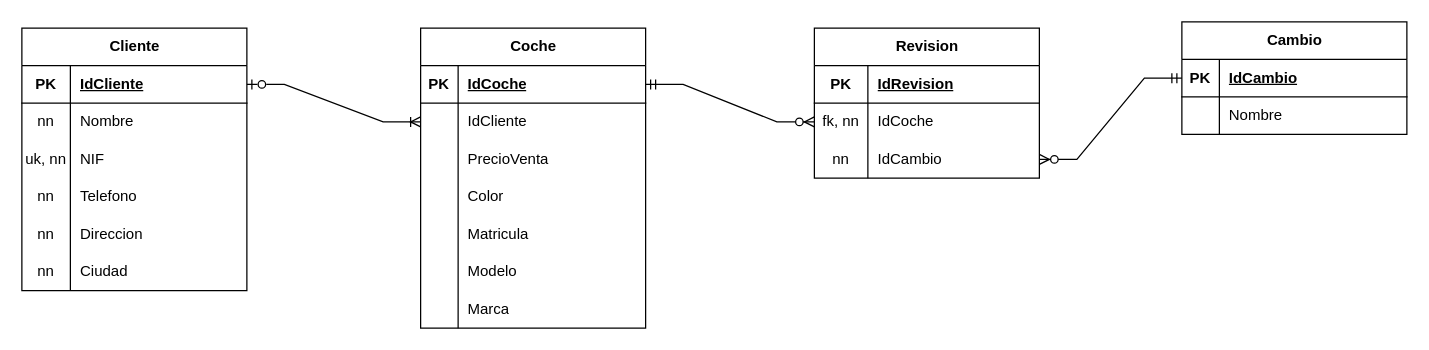
This is MecanicaDB.drawio from javier-varela/Diagramas, a draw.io file, before an edit. Source tidied: cells renumbered, new cells numbered last; positions are measured from the earlier drawing's top-left corner, leaving out a move shared by most shapes. Both pictures are drawn from the tidied source at 125%, with x=0, y=0 at pixel (21, 21).
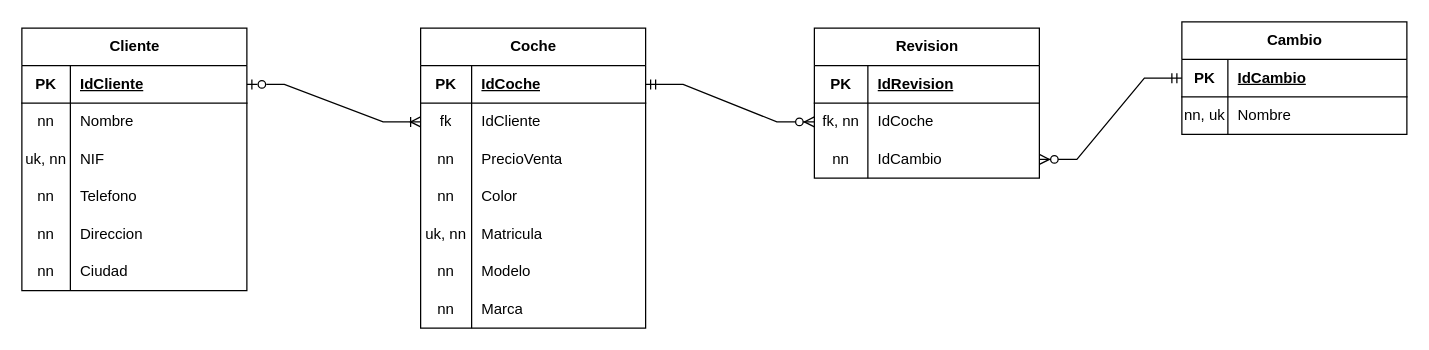
Above is the later version.

The change refers to these unchanged cells:
```xml
<mxCell id="3" style="shape=tableRow;horizontal=0;startSize=0;swimlaneHead=0;swimlaneBody=0;fillColor=none;points=[[0,0.5],[1,0.5]];portConstraint=eastwest;top=0;left=0;right=0;bottom=1;" parent="2" vertex="1">
  <mxGeometry y="30" width="180" height="30" as="geometry" />
</mxCell>
<mxCell id="6" style="shape=tableRow;horizontal=0;startSize=0;swimlaneHead=0;swimlaneBody=0;fillColor=none;points=[[0,0.5],[1,0.5]];portConstraint=eastwest;top=0;left=0;right=0;bottom=0;" parent="2" vertex="1">
  <mxGeometry y="60" width="180" height="30" as="geometry" />
</mxCell>
<mxCell id="9" style="shape=tableRow;horizontal=0;startSize=0;swimlaneHead=0;swimlaneBody=0;fillColor=none;top=0;left=0;right=0;bottom=0;" parent="2" vertex="1">
  <mxGeometry y="90" width="180" height="30" as="geometry" />
</mxCell>
<mxCell id="12" style="shape=tableRow;horizontal=0;startSize=0;swimlaneHead=0;swimlaneBody=0;fillColor=none;top=0;left=0;right=0;bottom=0;" parent="2" vertex="1">
  <mxGeometry y="120" width="180" height="30" as="geometry" />
</mxCell>
<mxCell id="15" style="shape=tableRow;horizontal=0;startSize=0;swimlaneHead=0;swimlaneBody=0;fillColor=none;top=0;left=0;right=0;bottom=0;" parent="2" vertex="1">
  <mxGeometry y="150" width="180" height="30" as="geometry" />
</mxCell>
<mxCell id="18" style="shape=tableRow;horizontal=0;startSize=0;swimlaneHead=0;swimlaneBody=0;fillColor=none;top=0;left=0;right=0;bottom=0;" parent="2" vertex="1">
  <mxGeometry y="180" width="180" height="30" as="geometry" />
</mxCell>
<mxCell id="21" style="shape=tableRow;horizontal=0;startSize=0;swimlaneHead=0;swimlaneBody=0;fillColor=none;top=0;left=0;right=0;bottom=0;" parent="2" vertex="1">
  <mxGeometry y="210" width="180" height="30" as="geometry" />
</mxCell>
<mxCell id="56" style="shape=tableRow;horizontal=0;startSize=0;swimlaneHead=0;swimlaneBody=0;fillColor=none;points=[[0,0.5],[1,0.5]];portConstraint=eastwest;top=0;left=0;right=0;bottom=1;" parent="55" vertex="1">
  <mxGeometry y="30" width="180" height="30" as="geometry" />
</mxCell>
<mxCell id="59" style="shape=tableRow;horizontal=0;startSize=0;swimlaneHead=0;swimlaneBody=0;fillColor=none;top=0;left=0;right=0;bottom=0;" parent="55" vertex="1">
  <mxGeometry y="60" width="180" height="30" as="geometry" />
</mxCell>
```

What changed in the source:
```diff
@@
     <mxCell id="4" value="PK" style="shape=partialRectangle;fillColor=none;top=0;left=0;bottom=0;right=0;fontStyle=1;overflow=hidden;whiteSpace=wrap;html=1;" parent="3" vertex="1">
-      <mxGeometry width="30" height="30" as="geometry" />
+      <mxGeometry width="40.8" height="30" as="geometry" />
     </mxCell>
     <mxCell id="5" value="IdCoche" style="shape=partialRectangle;fillColor=none;top=0;left=0;bottom=0;right=0;align=left;spacingLeft=6;fontStyle=5;overflow=hidden;whiteSpace=wrap;html=1;" parent="3" vertex="1">
-      <mxGeometry x="30" width="150" height="30" as="geometry" />
+      <mxGeometry x="40.8" width="139.2" height="30" as="geometry" />
     </mxCell>
@@
-    <mxCell id="7" style="shape=partialRectangle;fillColor=none;top=0;left=0;bottom=0;right=0;overflow=hidden;whiteSpace=wrap;html=1;" parent="6" vertex="1">
-      <mxGeometry width="30" height="30" as="geometry" />
+    <mxCell id="7" value="fk" style="shape=partialRectangle;fillColor=none;top=0;left=0;bottom=0;right=0;overflow=hidden;whiteSpace=wrap;html=1;" parent="6" vertex="1">
+      <mxGeometry width="40.8" height="30" as="geometry" />
     </mxCell>
     <mxCell id="8" value="IdCliente" style="shape=partialRectangle;fillColor=none;top=0;left=0;bottom=0;right=0;align=left;spacingLeft=6;overflow=hidden;whiteSpace=wrap;html=1;" parent="6" vertex="1">
-      <mxGeometry x="30" width="150" height="30" as="geometry" />
+      <mxGeometry x="40.8" width="139.2" height="30" as="geometry" />
     </mxCell>
@@
-    <mxCell id="10" style="shape=partialRectangle;fillColor=none;top=0;left=0;bottom=0;right=0;overflow=hidden;whiteSpace=wrap;html=1;" parent="9" vertex="1">
-      <mxGeometry width="30" height="30" as="geometry" />
+    <mxCell id="10" value="nn" style="shape=partialRectangle;fillColor=none;top=0;left=0;bottom=0;right=0;overflow=hidden;whiteSpace=wrap;html=1;" parent="9" vertex="1">
+      <mxGeometry width="40.8" height="30" as="geometry" />
     </mxCell>
     <mxCell id="11" value="PrecioVenta" style="shape=partialRectangle;fillColor=none;top=0;left=0;bottom=0;right=0;align=left;spacingLeft=6;overflow=hidden;whiteSpace=wrap;html=1;" parent="9" vertex="1">
-      <mxGeometry x="30" width="150" height="30" as="geometry" />
+      <mxGeometry x="40.8" width="139.2" height="30" as="geometry" />
     </mxCell>
@@
-    <mxCell id="13" style="shape=partialRectangle;fillColor=none;top=0;left=0;bottom=0;right=0;overflow=hidden;whiteSpace=wrap;html=1;" parent="12" vertex="1">
-      <mxGeometry width="30" height="30" as="geometry" />
+    <mxCell id="13" value="nn" style="shape=partialRectangle;fillColor=none;top=0;left=0;bottom=0;right=0;overflow=hidden;whiteSpace=wrap;html=1;" parent="12" vertex="1">
+      <mxGeometry width="40.8" height="30" as="geometry" />
     </mxCell>
     <mxCell id="14" value="Color" style="shape=partialRectangle;fillColor=none;top=0;left=0;bottom=0;right=0;align=left;spacingLeft=6;overflow=hidden;whiteSpace=wrap;html=1;" parent="12" vertex="1">
-      <mxGeometry x="30" width="150" height="30" as="geometry" />
+      <mxGeometry x="40.8" width="139.2" height="30" as="geometry" />
     </mxCell>
@@
-    <mxCell id="16" style="shape=partialRectangle;fillColor=none;top=0;left=0;bottom=0;right=0;overflow=hidden;whiteSpace=wrap;html=1;" parent="15" vertex="1">
-      <mxGeometry width="30" height="30" as="geometry" />
+    <mxCell id="16" value="uk, nn" style="shape=partialRectangle;fillColor=none;top=0;left=0;bottom=0;right=0;overflow=hidden;whiteSpace=wrap;html=1;" parent="15" vertex="1">
+      <mxGeometry width="40.8" height="30" as="geometry" />
     </mxCell>
     <mxCell id="17" value="Matricula" style="shape=partialRectangle;fillColor=none;top=0;left=0;bottom=0;right=0;align=left;spacingLeft=6;overflow=hidden;whiteSpace=wrap;html=1;" parent="15" vertex="1">
-      <mxGeometry x="30" width="150" height="30" as="geometry" />
+      <mxGeometry x="40.8" width="139.2" height="30" as="geometry" />
     </mxCell>
@@
-    <mxCell id="19" style="shape=partialRectangle;fillColor=none;top=0;left=0;bottom=0;right=0;overflow=hidden;whiteSpace=wrap;html=1;" parent="18" vertex="1">
-      <mxGeometry width="30" height="30" as="geometry" />
+    <mxCell id="19" value="nn" style="shape=partialRectangle;fillColor=none;top=0;left=0;bottom=0;right=0;overflow=hidden;whiteSpace=wrap;html=1;" parent="18" vertex="1">
+      <mxGeometry width="40.8" height="30" as="geometry" />
     </mxCell>
     <mxCell id="20" value="Modelo" style="shape=partialRectangle;fillColor=none;top=0;left=0;bottom=0;right=0;align=left;spacingLeft=6;overflow=hidden;whiteSpace=wrap;html=1;" parent="18" vertex="1">
-      <mxGeometry x="30" width="150" height="30" as="geometry" />
+      <mxGeometry x="40.8" width="139.2" height="30" as="geometry" />
     </mxCell>
@@
-    <mxCell id="22" style="shape=partialRectangle;fillColor=none;top=0;left=0;bottom=0;right=0;overflow=hidden;whiteSpace=wrap;html=1;" parent="21" vertex="1">
-      <mxGeometry width="30" height="30" as="geometry" />
+    <mxCell id="22" value="nn" style="shape=partialRectangle;fillColor=none;top=0;left=0;bottom=0;right=0;overflow=hidden;whiteSpace=wrap;html=1;" parent="21" vertex="1">
+      <mxGeometry width="40.8" height="30" as="geometry" />
     </mxCell>
     <mxCell id="23" value="Marca" style="shape=partialRectangle;fillColor=none;top=0;left=0;bottom=0;right=0;align=left;spacingLeft=6;overflow=hidden;whiteSpace=wrap;html=1;" parent="21" vertex="1">
-      <mxGeometry x="30" width="150" height="30" as="geometry" />
+      <mxGeometry x="40.8" width="139.2" height="30" as="geometry" />
     </mxCell>
@@
     <mxCell id="57" value="PK" style="shape=partialRectangle;fillColor=none;top=0;left=0;bottom=0;right=0;fontStyle=1;overflow=hidden;whiteSpace=wrap;html=1;" parent="56" vertex="1">
-      <mxGeometry width="30" height="30" as="geometry" />
+      <mxGeometry width="36.8" height="30" as="geometry" />
     </mxCell>
     <mxCell id="58" value="IdCambio" style="shape=partialRectangle;fillColor=none;top=0;left=0;bottom=0;right=0;align=left;spacingLeft=6;fontStyle=5;overflow=hidden;whiteSpace=wrap;html=1;" parent="56" vertex="1">
-      <mxGeometry x="30" width="150" height="30" as="geometry" />
+      <mxGeometry x="36.8" width="143.2" height="30" as="geometry" />
     </mxCell>
@@
-    <mxCell id="60" style="shape=partialRectangle;fillColor=none;top=0;left=0;bottom=0;right=0;overflow=hidden;whiteSpace=wrap;html=1;" parent="59" vertex="1">
-      <mxGeometry width="30" height="30" as="geometry" />
+    <mxCell id="60" value="nn, uk" style="shape=partialRectangle;fillColor=none;top=0;left=0;bottom=0;right=0;overflow=hidden;whiteSpace=wrap;html=1;" parent="59" vertex="1">
+      <mxGeometry width="36.8" height="30" as="geometry" />
     </mxCell>
     <mxCell id="61" value="Nombre" style="shape=partialRectangle;fillColor=none;top=0;left=0;bottom=0;right=0;align=left;spacingLeft=6;overflow=hidden;whiteSpace=wrap;html=1;" parent="59" vertex="1">
-      <mxGeometry x="30" width="150" height="30" as="geometry" />
+      <mxGeometry x="36.8" width="143.2" height="30" as="geometry" />
     </mxCell>
```
